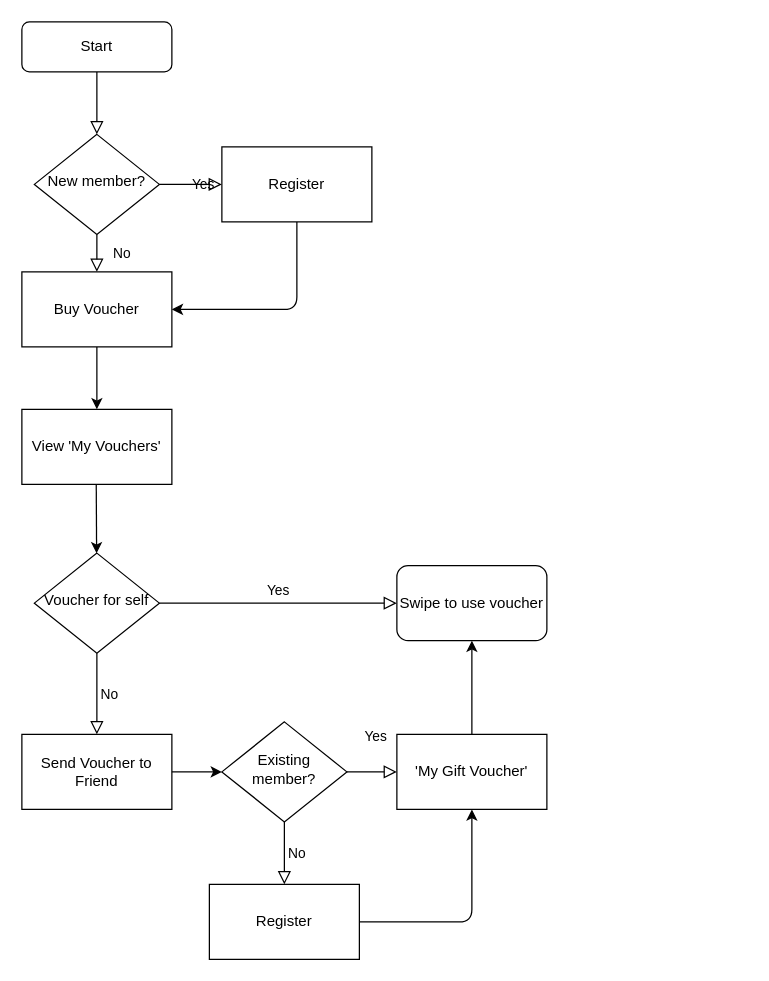
The draw.io diagram Untitled Diagram.drawio in seawboon/e-voucher, before the edit. Source tidied: cells renumbered, new cells numbered last; positions are measured from the earlier drawing's top-left corner, leaving out a move shared by most shapes. Both pictures are drawn from the tidied source at 125%, with x=0, y=0 at pixel (21, 21).
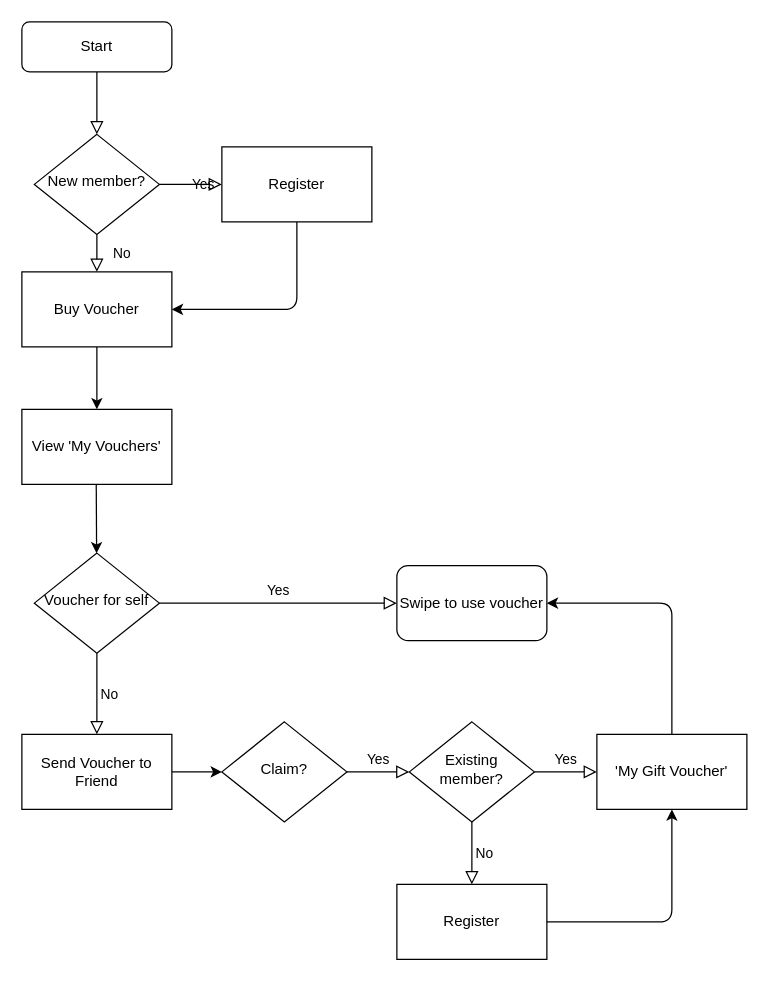
After the change.

Unchanged cells that the change refers to:
```xml
<mxCell id="25" value="&lt;span&gt;Swipe to use voucher&lt;/span&gt;" style="rounded=1;whiteSpace=wrap;html=1;" parent="1" vertex="1">
  <mxGeometry x="300" y="435" width="120" height="60" as="geometry" />
</mxCell>
```

Change to the diagram source:
```diff
@@
     <mxCell id="18" value="Existing member?" style="rhombus;whiteSpace=wrap;html=1;shadow=0;fontFamily=Helvetica;fontSize=12;align=center;strokeWidth=1;spacing=6;spacingTop=-4;" parent="1" vertex="1">
-      <mxGeometry x="160" y="560" width="100" height="80" as="geometry" />
+      <mxGeometry x="310" y="560" width="100" height="80" as="geometry" />
     </mxCell>
     <mxCell id="19" value="Yes" style="edgeStyle=orthogonalEdgeStyle;rounded=0;html=1;jettySize=auto;fontSize=11;endArrow=block;endFill=0;endSize=8;strokeWidth=1;shadow=0;labelBackgroundColor=none;entryX=0;entryY=0.5;entryDx=0;entryDy=0;exitX=1;exitY=0.5;exitDx=0;exitDy=0;" parent="1" edge="1" source="18" target="20">
-      <mxGeometry y="18" relative="1" as="geometry">
-        <mxPoint x="3" y="-10" as="offset" />
-      </mxGeometry>
+      <mxGeometry y="10" relative="1" as="geometry" />
     </mxCell>
     <mxCell id="20" value="'My Gift Voucher'" style="rounded=0;whiteSpace=wrap;html=1;" parent="1" vertex="1">
-      <mxGeometry x="300" y="570" width="120" height="60" as="geometry" />
+      <mxGeometry x="460" y="570" width="120" height="60" as="geometry" />
     </mxCell>
@@
     <mxCell id="22" value="Register" style="rounded=0;whiteSpace=wrap;html=1;" parent="1" vertex="1">
-      <mxGeometry x="150" y="690" width="120" height="60" as="geometry" />
+      <mxGeometry x="300" y="690" width="120" height="60" as="geometry" />
     </mxCell>
     <mxCell id="23" style="endArrow=classic;html=1;entryX=0.5;entryY=1;entryDx=0;entryDy=0;exitX=1;exitY=0.5;exitDx=0;exitDy=0;" parent="1" edge="1" source="22" target="20">
       <mxGeometry relative="1" as="geometry">
         <Array as="points">
-          <mxPoint x="360" y="720" />
+          <mxPoint x="520" y="720" />
         </Array>
       </mxGeometry>
     </mxCell>
-    <mxCell id="24" style="endArrow=classic;html=1;entryX=0.5;entryY=1;entryDx=0;entryDy=0;exitX=0.5;exitY=0;exitDx=0;exitDy=0;" parent="1" edge="1" source="20" target="25">
-      <mxGeometry relative="1" as="geometry" />
+    <mxCell id="24" style="endArrow=classic;html=1;entryX=1;entryY=0.5;entryDx=0;entryDy=0;exitX=0.5;exitY=0;exitDx=0;exitDy=0;" parent="1" edge="1" source="20" target="25">
+      <mxGeometry relative="1" as="geometry">
+        <Array as="points">
+          <mxPoint x="520" y="465" />
+        </Array>
+      </mxGeometry>
     </mxCell>
@@
+    <mxCell id="26" value="Claim?" style="rhombus;whiteSpace=wrap;html=1;shadow=0;fontFamily=Helvetica;fontSize=12;align=center;strokeWidth=1;spacing=6;spacingTop=-4;" parent="1" vertex="1">
+      <mxGeometry x="160" y="560" width="100" height="80" as="geometry" />
+    </mxCell>
+    <mxCell id="27" value="Yes" style="edgeStyle=orthogonalEdgeStyle;rounded=0;html=1;jettySize=auto;fontSize=11;endArrow=block;endFill=0;endSize=8;strokeWidth=1;shadow=0;labelBackgroundColor=none;exitX=1;exitY=0.5;exitDx=0;exitDy=0;entryX=0;entryY=0.5;entryDx=0;entryDy=0;" parent="1" edge="1" source="26" target="18">
+      <mxGeometry y="10" relative="1" as="geometry" />
+    </mxCell>
```
